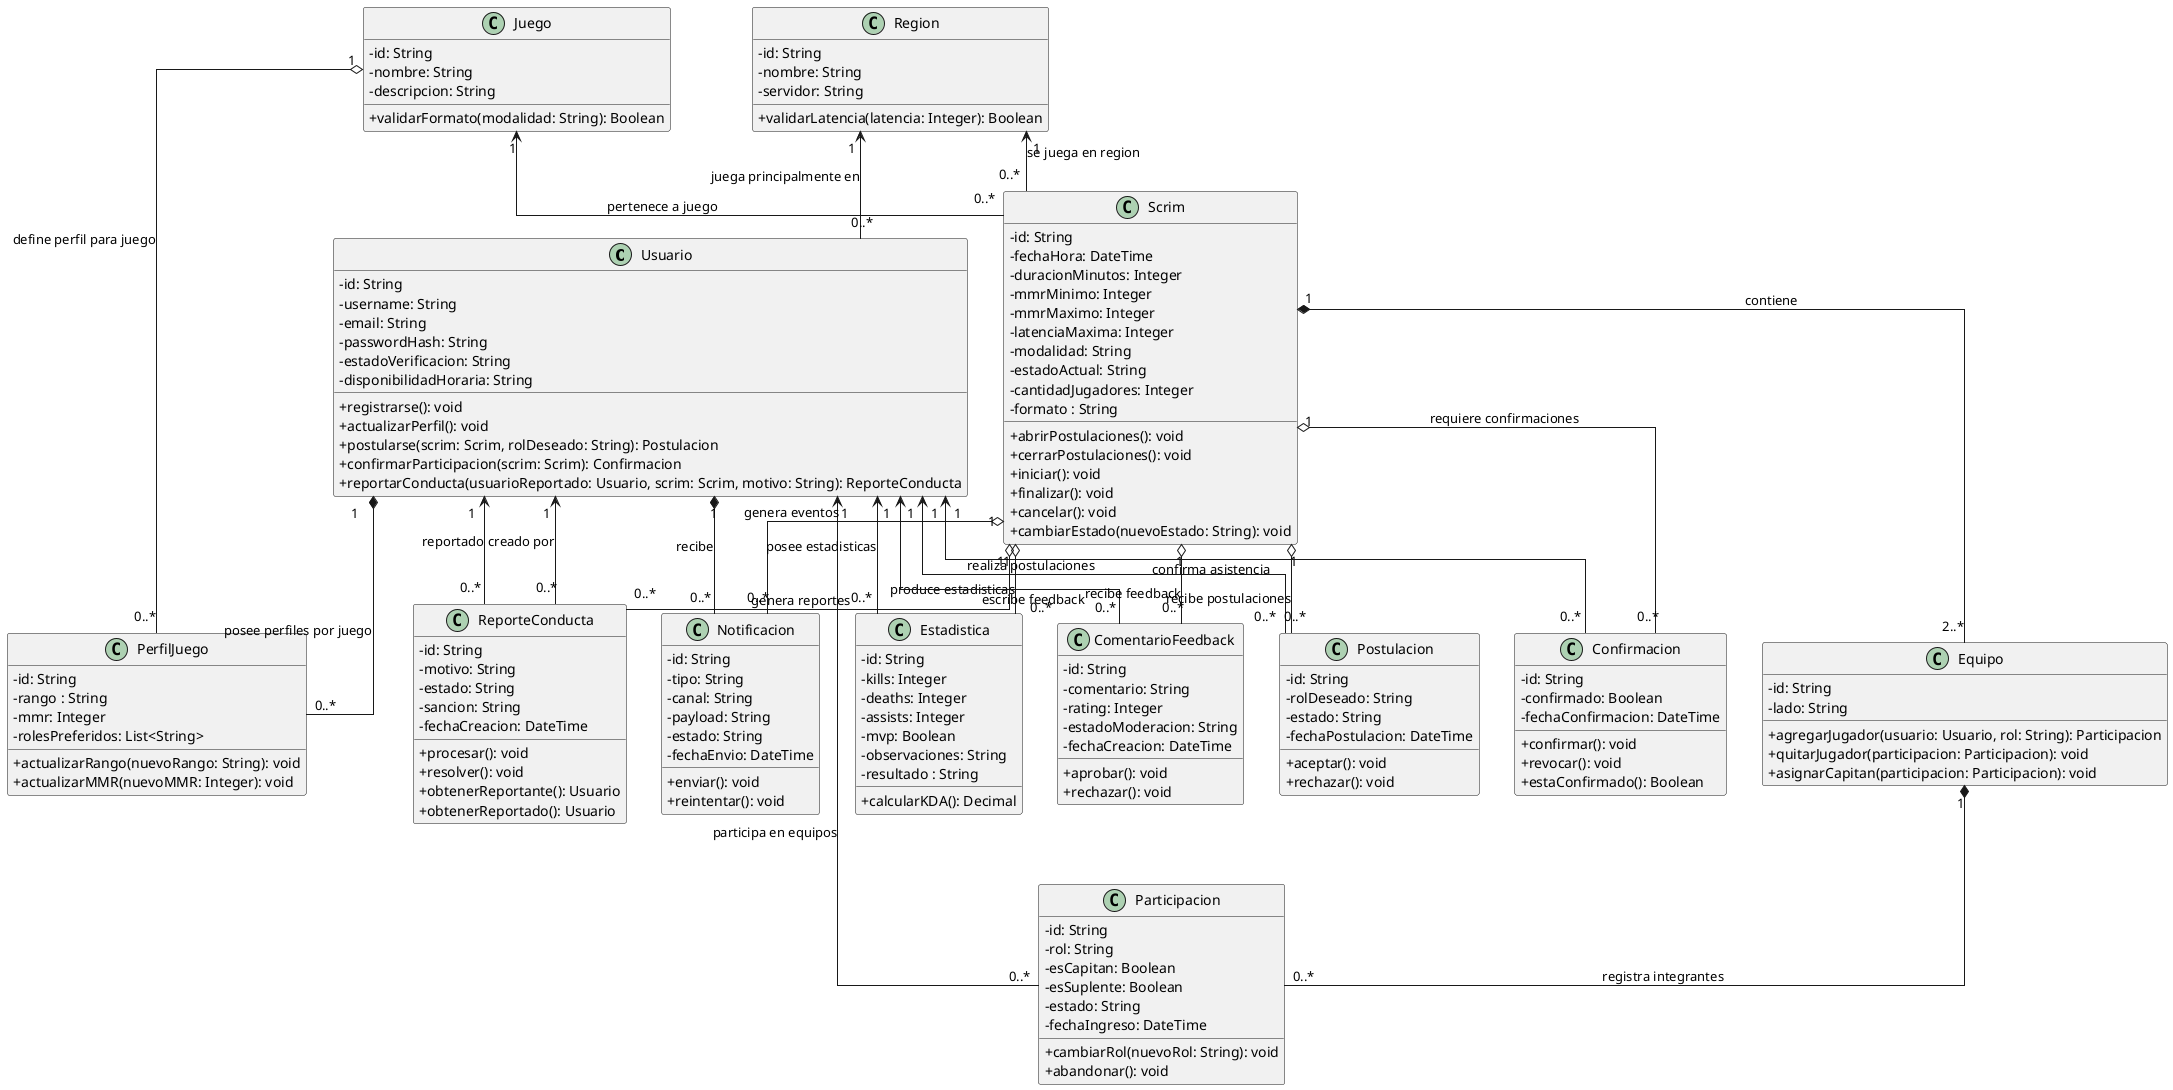
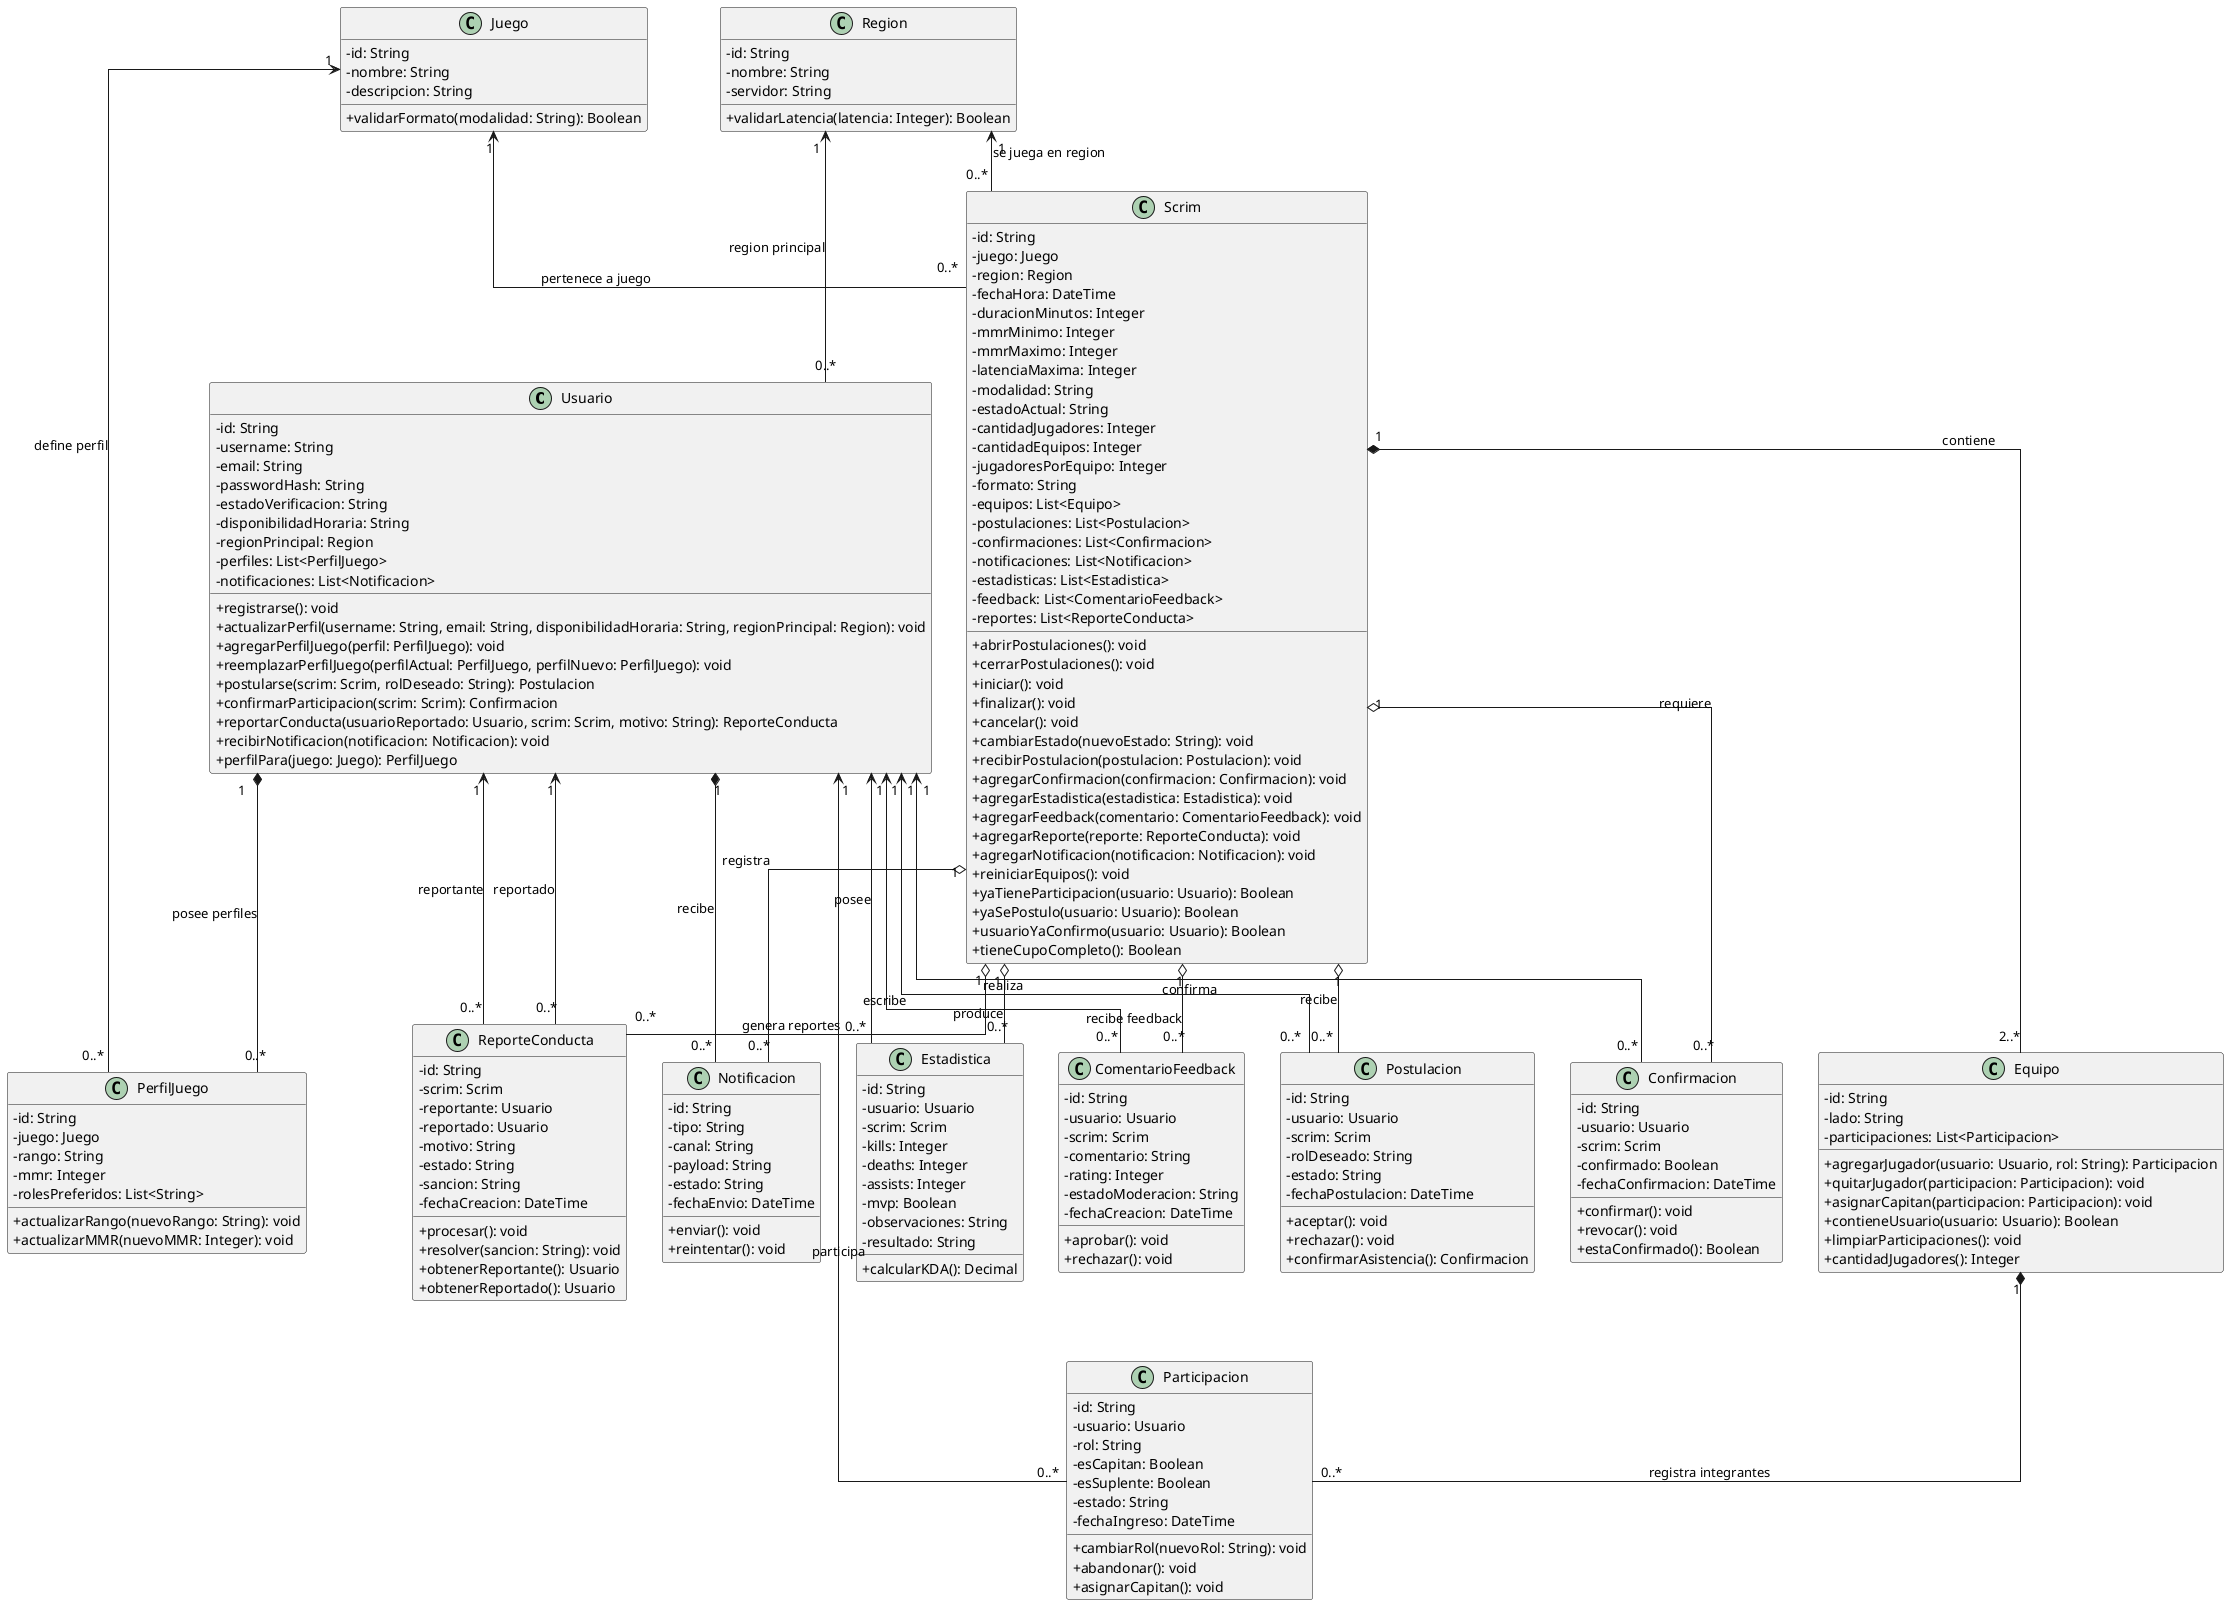
@startuml UML de dominio

skinparam classAttributeIconSize 0
skinparam shadowing false
skinparam linetype ortho

class Usuario {
  - id: String
  - username: String
  - email: String
  - passwordHash: String
  - estadoVerificacion: String
  - disponibilidadHoraria: String
+   - regionPrincipal: Region
+   - perfiles: List<PerfilJuego>
+   - notificaciones: List<Notificacion>
  + registrarse(): void
-   + actualizarPerfil(): void
+   + actualizarPerfil(username: String, email: String, disponibilidadHoraria: String, regionPrincipal: Region): void
+   + agregarPerfilJuego(perfil: PerfilJuego): void
+   + reemplazarPerfilJuego(perfilActual: PerfilJuego, perfilNuevo: PerfilJuego): void
  + postularse(scrim: Scrim, rolDeseado: String): Postulacion
  + confirmarParticipacion(scrim: Scrim): Confirmacion
  + reportarConducta(usuarioReportado: Usuario, scrim: Scrim, motivo: String): ReporteConducta
+   + recibirNotificacion(notificacion: Notificacion): void
+   + perfilPara(juego: Juego): PerfilJuego
}

class PerfilJuego {
  - id: String
-   - rango : String
+   - juego: Juego
+   - rango: String
  - mmr: Integer
  - rolesPreferidos: List<String>
  + actualizarRango(nuevoRango: String): void
  + actualizarMMR(nuevoMMR: Integer): void
}

class Juego {
  - id: String
  - nombre: String
  - descripcion: String
  + validarFormato(modalidad: String): Boolean
}

class Region {
  - id: String
  - nombre: String
  - servidor: String
  + validarLatencia(latencia: Integer): Boolean
}

class Scrim {
  - id: String
+   - juego: Juego
+   - region: Region
  - fechaHora: DateTime
  - duracionMinutos: Integer
  - mmrMinimo: Integer
  - mmrMaximo: Integer
  - latenciaMaxima: Integer
  - modalidad: String
  - estadoActual: String
  - cantidadJugadores: Integer
-   - formato : String
+   - cantidadEquipos: Integer
+   - jugadoresPorEquipo: Integer
+   - formato: String
+   - equipos: List<Equipo>
+   - postulaciones: List<Postulacion>
+   - confirmaciones: List<Confirmacion>
+   - notificaciones: List<Notificacion>
+   - estadisticas: List<Estadistica>
+   - feedback: List<ComentarioFeedback>
+   - reportes: List<ReporteConducta>
  + abrirPostulaciones(): void
  + cerrarPostulaciones(): void
  + iniciar(): void
  + finalizar(): void
  + cancelar(): void
  + cambiarEstado(nuevoEstado: String): void
+   + recibirPostulacion(postulacion: Postulacion): void
+   + agregarConfirmacion(confirmacion: Confirmacion): void
+   + agregarEstadistica(estadistica: Estadistica): void
+   + agregarFeedback(comentario: ComentarioFeedback): void
+   + agregarReporte(reporte: ReporteConducta): void
+   + agregarNotificacion(notificacion: Notificacion): void
+   + reiniciarEquipos(): void
+   + yaTieneParticipacion(usuario: Usuario): Boolean
+   + yaSePostulo(usuario: Usuario): Boolean
+   + usuarioYaConfirmo(usuario: Usuario): Boolean
+   + tieneCupoCompleto(): Boolean
}

class Equipo {
  - id: String
  - lado: String
+   - participaciones: List<Participacion>
  + agregarJugador(usuario: Usuario, rol: String): Participacion
  + quitarJugador(participacion: Participacion): void
  + asignarCapitan(participacion: Participacion): void
+   + contieneUsuario(usuario: Usuario): Boolean
+   + limpiarParticipaciones(): void
+   + cantidadJugadores(): Integer
}

class Participacion {
  - id: String
+   - usuario: Usuario
  - rol: String
  - esCapitan: Boolean
  - esSuplente: Boolean
  - estado: String
  - fechaIngreso: DateTime
  + cambiarRol(nuevoRol: String): void
  + abandonar(): void
+   + asignarCapitan(): void
}

class Postulacion {
  - id: String
+   - usuario: Usuario
+   - scrim: Scrim
  - rolDeseado: String
  - estado: String
  - fechaPostulacion: DateTime
  + aceptar(): void
  + rechazar(): void
+   + confirmarAsistencia(): Confirmacion
}

class Confirmacion {
  - id: String
+   - usuario: Usuario
+   - scrim: Scrim
  - confirmado: Boolean
  - fechaConfirmacion: DateTime
  + confirmar(): void
  + revocar(): void
  + estaConfirmado(): Boolean
}

class Notificacion {
  - id: String
  - tipo: String
  - canal: String
  - payload: String
  - estado: String
  - fechaEnvio: DateTime
  + enviar(): void
  + reintentar(): void
}

class Estadistica {
  - id: String
+   - usuario: Usuario
+   - scrim: Scrim
  - kills: Integer
  - deaths: Integer
  - assists: Integer
  - mvp: Boolean
  - observaciones: String
-   - resultado : String
+   - resultado: String
  + calcularKDA(): Decimal
}

class ComentarioFeedback {
  - id: String
+   - usuario: Usuario
+   - scrim: Scrim
  - comentario: String
  - rating: Integer
  - estadoModeracion: String
  - fechaCreacion: DateTime
  + aprobar(): void
  + rechazar(): void
}

class ReporteConducta {
  - id: String
+   - scrim: Scrim
+   - reportante: Usuario
+   - reportado: Usuario
  - motivo: String
  - estado: String
  - sancion: String
  - fechaCreacion: DateTime
  + procesar(): void
-   + resolver(): void
+   + resolver(sancion: String): void
  + obtenerReportante(): Usuario
  + obtenerReportado(): Usuario
}

- Usuario "1" *-- "0..*" PerfilJuego : posee perfiles por juego
- Juego "1" o-- "0..*" PerfilJuego : define perfil para juego
+ Usuario "1" *-- "0..*" PerfilJuego : posee perfiles
+ Juego "1" <-- "0..*" PerfilJuego : define perfil
+ Region "1" <-- "0..*" Usuario : region principal
+ Usuario "1" *-- "0..*" Notificacion : recibe

Juego "1" <-- "0..*" Scrim : pertenece a juego
Region "1" <-- "0..*" Scrim : se juega en region
- Region "1" <-- "0..*" Usuario : juega principalmente en
- 
Scrim "1" *-- "2..*" Equipo : contiene
+ Scrim "1" o-- "0..*" Postulacion : recibe
+ Scrim "1" o-- "0..*" Confirmacion : requiere
+ Scrim "1" o-- "0..*" Notificacion : registra
+ Scrim "1" o-- "0..*" Estadistica : produce
+ Scrim "1" o-- "0..*" ComentarioFeedback : recibe feedback
+ Scrim "1" o-- "0..*" ReporteConducta : genera reportes

Equipo "1" *-- "0..*" Participacion : registra integrantes
- Usuario "1" <-- "0..*" Participacion : participa en equipos
- 
- Usuario "1" <-- "0..*" Postulacion : realiza postulaciones
- Scrim "1" o-- "0..*" Postulacion : recibe postulaciones
- 
- Usuario "1" <-- "0..*" Confirmacion : confirma asistencia
- Scrim "1" o-- "0..*" Confirmacion : requiere confirmaciones
- 
- Usuario "1" *-- "0..*" Notificacion : recibe
- Scrim "1" o-- "0..*" Notificacion : genera eventos
- 
- Usuario "1" <-- "0..*" Estadistica : posee estadisticas
- Scrim "1" o-- "0..*" Estadistica : produce estadisticas
- 
- Usuario "1" <-- "0..*" ComentarioFeedback : escribe feedback
- Scrim "1" o-- "0..*" ComentarioFeedback : recibe feedback
- 
- Scrim "1" o-- "0..*" ReporteConducta : genera reportes
+ Usuario "1" <-- "0..*" Participacion : participa
+ Usuario "1" <-- "0..*" Postulacion : realiza
+ Usuario "1" <-- "0..*" Confirmacion : confirma
+ Usuario "1" <-- "0..*" Estadistica : posee
+ Usuario "1" <-- "0..*" ComentarioFeedback : escribe
+ Usuario "1" <-- "0..*" ReporteConducta : reportante
Usuario "1" <-- "0..*" ReporteConducta : reportado
- Usuario "1" <-- "0..*" ReporteConducta : creado por

@enduml
